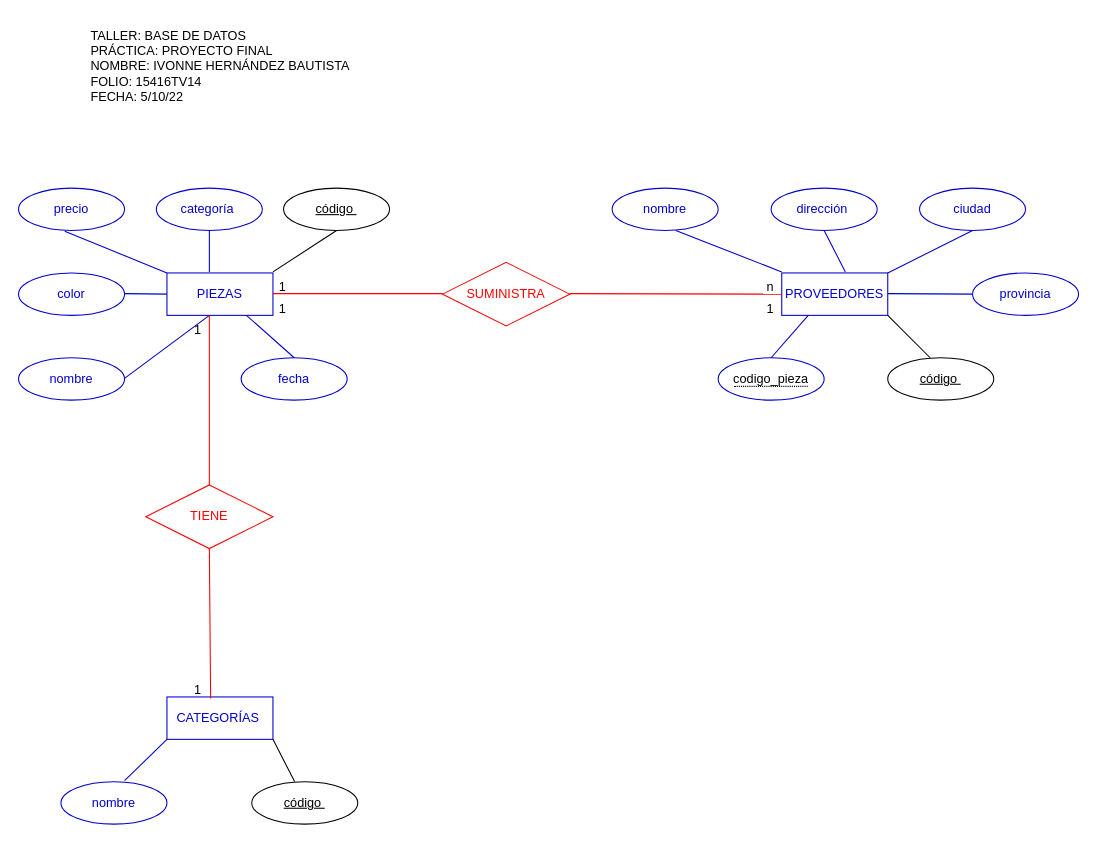
The draw.io diagram DIAGRAMAN/Proyectofinal.drawio in IVONNE80/BASE-DE-DATOS, before the edit. Source tidied: cells renumbered, new cells numbered last; positions are measured from the earlier drawing's top-left corner, leaving out a move shared by most shapes. Both pictures are drawn from the tidied source at 106%, with x=0, y=0 at pixel (18, 18).
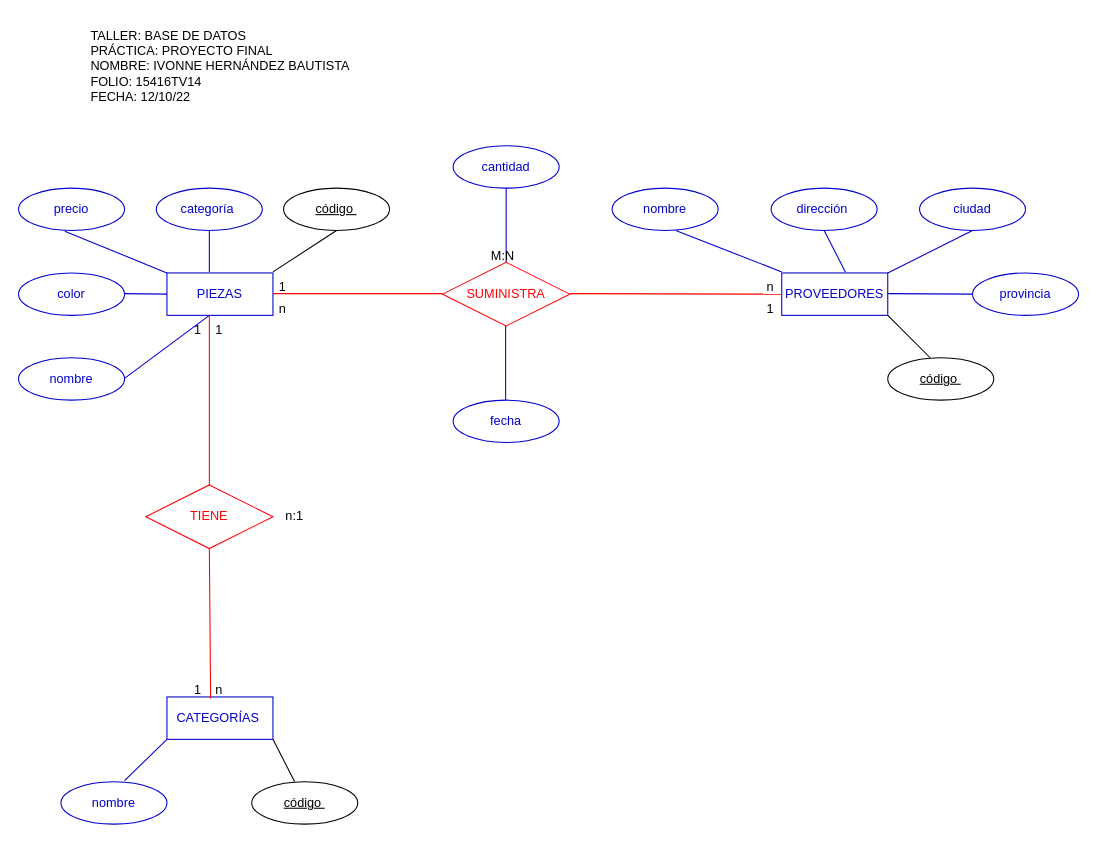
Above is the later version.

Unchanged cells that the change refers to:
```xml
<mxCell id="2" value="&lt;font color=&quot;#0000cc&quot;&gt;PROVEEDORES&lt;/font&gt;" style="whiteSpace=wrap;html=1;align=center;strokeColor=#0000CC;" parent="1" vertex="1">
  <mxGeometry x="720" y="240" width="100" height="40" as="geometry" />
</mxCell>
<mxCell id="3" value="&lt;font color=&quot;#0000cc&quot;&gt;PIEZAS&lt;/font&gt;" style="whiteSpace=wrap;html=1;align=center;strokeColor=#0000CC;" parent="1" vertex="1">
  <mxGeometry x="140" y="240" width="100" height="40" as="geometry" />
</mxCell>
```

The edit, as a diff of the source:
```diff
@@
-    <mxCell id="39" value="&lt;span style=&quot;border-bottom: 1px dotted&quot;&gt;codigo_pieza&lt;/span&gt;" style="ellipse;whiteSpace=wrap;html=1;align=center;strokeColor=#0000CC;fontColor=#000000;" parent="1" vertex="1">
-      <mxGeometry x="660" y="320" width="100" height="40" as="geometry" />
-    </mxCell>
-    <mxCell id="40" style="endArrow=none;html=1;rounded=0;fontColor=#0000CC;strokeColor=#0000CC;entryX=0.25;entryY=1;entryDx=0;entryDy=0;" parent="1" edge="1" target="2">
-      <mxGeometry relative="1" as="geometry">
-        <mxPoint x="710" y="320" as="sourcePoint" />
-      </mxGeometry>
-    </mxCell>
-    <mxCell id="41" value="1" style="text;strokeColor=none;fillColor=none;spacingLeft=4;spacingRight=4;overflow=hidden;fontSize=12;fontColor=#000000;" parent="1" vertex="1">
+    <mxCell id="41" value="n" style="text;strokeColor=none;fillColor=none;spacingLeft=4;spacingRight=4;overflow=hidden;fontSize=12;fontColor=#000000;" parent="1" vertex="1">
       <mxGeometry x="240" y="260" width="20" height="30" as="geometry" />
     </mxCell>
@@
+    <mxCell id="45" value="&lt;div style=&quot;text-align: left;&quot;&gt;&lt;span style=&quot;background-color: initial;&quot;&gt;TALLER: BASE DE DATOS&lt;/span&gt;&lt;/div&gt;&lt;div style=&quot;text-align: left;&quot;&gt;&lt;span style=&quot;background-color: initial;&quot;&gt;PRÁCTICA: PROYECTO FINAL&lt;/span&gt;&lt;/div&gt;&lt;div style=&quot;text-align: left;&quot;&gt;&lt;span style=&quot;background-color: initial;&quot;&gt;NOMBRE: IVONNE HERNÁNDEZ BAUTISTA&lt;/span&gt;&lt;/div&gt;&lt;div style=&quot;text-align: left;&quot;&gt;&lt;span style=&quot;background-color: initial;&quot;&gt;FOLIO: 15416TV14&lt;/span&gt;&lt;/div&gt;&lt;div style=&quot;text-align: left;&quot;&gt;&lt;span style=&quot;background-color: initial;&quot;&gt;FECHA: 12/10/22&lt;/span&gt;&lt;/div&gt;" style="text;html=1;align=center;verticalAlign=middle;strokeColor=none;fillColor=none;" parent="1" vertex="1">
+      <mxGeometry x="55" width="270" height="90" as="geometry" />
+    </mxCell>
+    <mxCell id="46" value="&lt;font color=&quot;#0000cc&quot;&gt;cantidad&lt;/font&gt;" style="ellipse;whiteSpace=wrap;html=1;align=center;strokeColor=#0000CC;" parent="1" vertex="1">
+      <mxGeometry x="410" y="120" width="100" height="40" as="geometry" />
+    </mxCell>
     <mxCell id="43" value="&lt;font color=&quot;#0000cc&quot;&gt;fecha&lt;/font&gt;" style="ellipse;whiteSpace=wrap;html=1;align=center;strokeColor=#0000CC;" parent="1" vertex="1">
-      <mxGeometry x="210" y="320" width="100" height="40" as="geometry" />
+      <mxGeometry x="410" y="360" width="100" height="40" as="geometry" />
     </mxCell>
-    <mxCell id="44" style="endArrow=none;html=1;rounded=0;fontColor=#0000CC;strokeColor=#0000CC;entryX=0.75;entryY=1;entryDx=0;entryDy=0;" parent="1" edge="1" target="3">
-      <mxGeometry relative="1" as="geometry">
-        <mxPoint x="260" y="320" as="sourcePoint" />
-      </mxGeometry>
-    </mxCell>
-    <mxCell id="45" value="&lt;div style=&quot;text-align: left;&quot;&gt;&lt;span style=&quot;background-color: initial;&quot;&gt;TALLER: BASE DE DATOS&lt;/span&gt;&lt;/div&gt;&lt;div style=&quot;text-align: left;&quot;&gt;&lt;span style=&quot;background-color: initial;&quot;&gt;PRÁCTICA: PROYECTO FINAL&lt;/span&gt;&lt;/div&gt;&lt;div style=&quot;text-align: left;&quot;&gt;&lt;span style=&quot;background-color: initial;&quot;&gt;NOMBRE: IVONNE HERNÁNDEZ BAUTISTA&lt;/span&gt;&lt;/div&gt;&lt;div style=&quot;text-align: left;&quot;&gt;&lt;span style=&quot;background-color: initial;&quot;&gt;FOLIO: 15416TV14&lt;/span&gt;&lt;/div&gt;&lt;div style=&quot;text-align: left;&quot;&gt;&lt;span style=&quot;background-color: initial;&quot;&gt;FECHA: 5/10/22&lt;/span&gt;&lt;/div&gt;" style="text;html=1;align=center;verticalAlign=middle;strokeColor=none;fillColor=none;" parent="1" vertex="1">
-      <mxGeometry x="55" width="270" height="90" as="geometry" />
-    </mxCell>
+    <mxCell id="47" style="endArrow=none;html=1;rounded=0;fontColor=#0000CC;strokeColor=#0000CC;entryX=0.5;entryY=1;entryDx=0;entryDy=0;" parent="1" edge="1" target="46">
+      <mxGeometry relative="1" as="geometry">
+        <mxPoint x="460" y="230" as="sourcePoint" />
+      </mxGeometry>
+    </mxCell>
+    <mxCell id="48" style="endArrow=none;html=1;rounded=0;fontColor=#0000CC;strokeColor=#0000CC;entryX=0.5;entryY=1;entryDx=0;entryDy=0;" parent="1" edge="1">
+      <mxGeometry relative="1" as="geometry">
+        <mxPoint x="459.5" y="360" as="sourcePoint" />
+        <mxPoint x="459.5" y="290" as="targetPoint" />
+      </mxGeometry>
+    </mxCell>
+    <mxCell id="49" value="M:N" style="text;strokeColor=none;fillColor=none;spacingLeft=4;spacingRight=4;overflow=hidden;fontSize=12;fontColor=#000000;" parent="1" vertex="1">
+      <mxGeometry x="440" y="210" width="40" height="30" as="geometry" />
+    </mxCell>
+    <mxCell id="50" value="n:1" style="text;html=1;align=center;verticalAlign=middle;strokeColor=none;fillColor=none;" parent="1" vertex="1">
+      <mxGeometry x="240" y="455" width="40" height="30" as="geometry" />
+    </mxCell>
+    <mxCell id="51" value="n" style="text;strokeColor=none;fillColor=none;spacingLeft=4;spacingRight=4;overflow=hidden;fontSize=12;fontColor=#000000;" parent="1" vertex="1">
+      <mxGeometry x="180" y="620" width="20" height="30" as="geometry" />
+    </mxCell>
+    <mxCell id="52" value="1" style="text;strokeColor=none;fillColor=none;spacingLeft=4;spacingRight=4;overflow=hidden;fontSize=12;fontColor=#000000;" parent="1" vertex="1">
+      <mxGeometry x="180" y="280" width="30" height="30" as="geometry" />
+    </mxCell>
```
